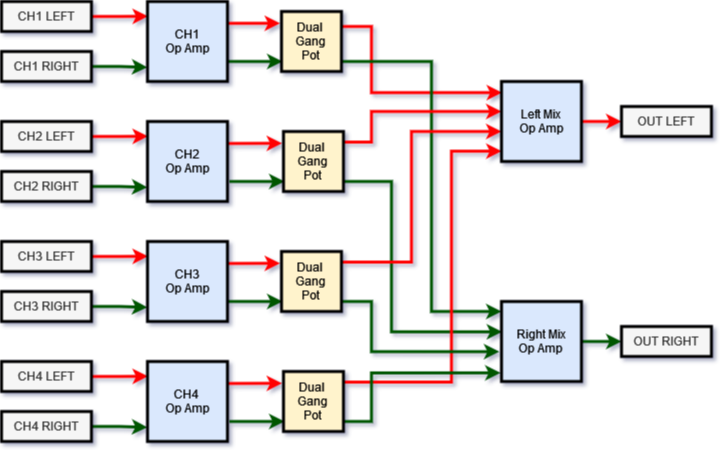
cracked-machine/Tiny4xPoweredStereoMixer keeps this draw.io diagram as doc/design/BlockDiagram.drawio.png. Above is the earlier version. Source tidied: cells renumbered, new cells last; positions are measured from the earlier drawing's top-left corner, leaving out a move shared by most shapes.
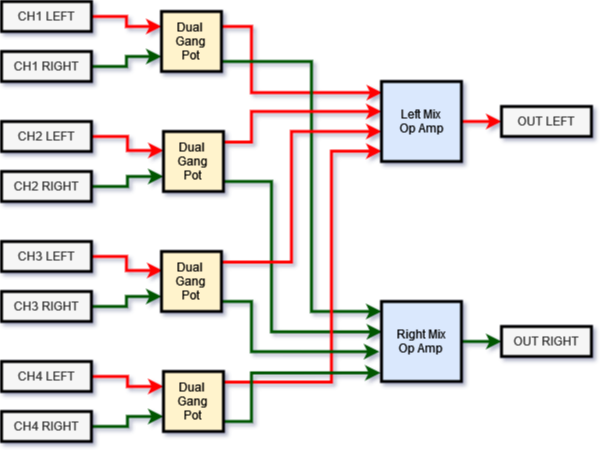
Later version of the same file.

The edit, as a diff of the source:
```diff
@@ -2,74 +2,59 @@
   <root>
     <mxCell id="0" />
     <mxCell id="1" parent="0" />
-    <mxCell id="2" style="rounded=0;jettySize=auto;html=1;entryX=-0.024;entryY=0.197;entryDx=0;entryDy=0;entryPerimeter=0;exitX=0.976;exitY=0.273;exitDx=0;exitDy=0;exitPerimeter=0;strokeColor=#FF0000;strokeWidth=3;" parent="1" edge="1" source="3" target="29">
-      <mxGeometry relative="1" as="geometry" />
-    </mxCell>
-    <mxCell id="3" value="&lt;div&gt;CH1&lt;/div&gt;&lt;div&gt;Op Amp&lt;/div&gt;" style="whiteSpace=wrap;html=1;fillColor=#dae8fc;strokeColor=#6c8ebf;" parent="1" vertex="1">
-      <mxGeometry x="146" width="80" height="80" as="geometry" />
-    </mxCell>
     <mxCell id="4" style="edgeStyle=orthogonalEdgeStyle;rounded=0;jettySize=auto;html=1;exitX=1;exitY=0.5;exitDx=0;exitDy=0;strokeColor=#005700;strokeWidth=3;" parent="1" edge="1" source="5" target="26">
       <mxGeometry relative="1" as="geometry" />
     </mxCell>
     <mxCell id="5" value="&lt;div&gt;Right Mix&lt;br&gt;&lt;/div&gt;&lt;div&gt;Op Amp&lt;/div&gt;" style="whiteSpace=wrap;html=1;fillColor=#dae8fc;strokeColor=#6c8ebf;" parent="1" vertex="1">
       <mxGeometry x="500" y="300" width="80" height="80" as="geometry" />
     </mxCell>
-    <mxCell id="6" style="edgeStyle=orthogonalEdgeStyle;rounded=0;jettySize=auto;html=1;entryX=-0.002;entryY=0.823;entryDx=0;entryDy=0;entryPerimeter=0;exitX=1;exitY=0.5;exitDx=0;exitDy=0;fillColor=#008a00;strokeColor=#005700;strokeWidth=3;" parent="1" edge="1" source="9" target="3">
+    <mxCell id="6" style="edgeStyle=orthogonalEdgeStyle;rounded=0;jettySize=auto;html=1;entryX=0;entryY=0.75;entryDx=0;entryDy=0;exitX=1;exitY=0.5;exitDx=0;exitDy=0;fillColor=#008a00;strokeColor=#005700;strokeWidth=3;" parent="1" edge="1" source="9" target="60">
       <mxGeometry relative="1" as="geometry" />
     </mxCell>
-    <mxCell id="7" style="edgeStyle=orthogonalEdgeStyle;rounded=0;jettySize=auto;html=1;entryX=0.006;entryY=0.185;entryDx=0;entryDy=0;entryPerimeter=0;exitX=1;exitY=0.5;exitDx=0;exitDy=0;strokeColor=#FF0000;strokeWidth=3;" parent="1" edge="1" source="8" target="3">
+    <mxCell id="7" style="edgeStyle=orthogonalEdgeStyle;rounded=0;jettySize=auto;html=1;entryX=0;entryY=0.25;entryDx=0;entryDy=0;exitX=1;exitY=0.5;exitDx=0;exitDy=0;strokeColor=#FF0000;strokeWidth=3;" parent="1" edge="1" source="8" target="60">
       <mxGeometry relative="1" as="geometry" />
     </mxCell>
     <mxCell id="8" value="CH1 LEFT" style="rounded=0;whiteSpace=wrap;html=1;fillColor=#f5f5f5;fontColor=#333333;strokeColor=#000000;" parent="1" vertex="1">
-      <mxGeometry width="90" height="30" as="geometry" />
+      <mxGeometry x="120" width="90" height="30" as="geometry" />
     </mxCell>
     <mxCell id="9" value="CH1 RIGHT" style="rounded=0;whiteSpace=wrap;html=1;fillColor=#f5f5f5;fontColor=#333333;strokeColor=#000000;" parent="1" vertex="1">
-      <mxGeometry y="50" width="90" height="30" as="geometry" />
+      <mxGeometry x="120" y="50" width="90" height="30" as="geometry" />
     </mxCell>
-    <mxCell id="10" value="&lt;div&gt;CH2&lt;/div&gt;&lt;div&gt;Op Amp&lt;/div&gt;" style="whiteSpace=wrap;html=1;fillColor=#dae8fc;strokeColor=#6c8ebf;" parent="1" vertex="1">
-      <mxGeometry x="146" y="120" width="80" height="80" as="geometry" />
-    </mxCell>
-    <mxCell id="11" style="edgeStyle=orthogonalEdgeStyle;rounded=0;jettySize=auto;html=1;entryX=-0.002;entryY=0.823;entryDx=0;entryDy=0;entryPerimeter=0;exitX=1;exitY=0.5;exitDx=0;exitDy=0;fillColor=#008a00;strokeColor=#005700;strokeWidth=3;" parent="1" edge="1" source="14" target="10">
+    <mxCell id="11" style="edgeStyle=orthogonalEdgeStyle;rounded=0;jettySize=auto;html=1;entryX=0;entryY=0.75;entryDx=0;entryDy=0;exitX=1;exitY=0.5;exitDx=0;exitDy=0;fillColor=#008a00;strokeColor=#005700;strokeWidth=3;" parent="1" edge="1" source="14" target="61">
       <mxGeometry relative="1" as="geometry" />
     </mxCell>
-    <mxCell id="12" style="edgeStyle=orthogonalEdgeStyle;rounded=0;jettySize=auto;html=1;entryX=0.006;entryY=0.185;entryDx=0;entryDy=0;entryPerimeter=0;exitX=1;exitY=0.5;exitDx=0;exitDy=0;strokeColor=#FF0000;strokeWidth=3;" parent="1" edge="1" source="13" target="10">
+    <mxCell id="12" style="edgeStyle=orthogonalEdgeStyle;rounded=0;jettySize=auto;html=1;exitX=1;exitY=0.5;exitDx=0;exitDy=0;strokeColor=#FF0000;strokeWidth=3;entryX=0.002;entryY=0.317;entryDx=0;entryDy=0;entryPerimeter=0;" parent="1" edge="1" source="13" target="61">
       <mxGeometry relative="1" as="geometry" />
     </mxCell>
     <mxCell id="13" value="CH2 LEFT" style="rounded=0;whiteSpace=wrap;html=1;fillColor=#f5f5f5;fontColor=#333333;strokeColor=#000000;" parent="1" vertex="1">
-      <mxGeometry y="120" width="90" height="30" as="geometry" />
+      <mxGeometry x="120" y="120" width="90" height="30" as="geometry" />
     </mxCell>
     <mxCell id="14" value="CH2 RIGHT" style="rounded=0;whiteSpace=wrap;html=1;fillColor=#f5f5f5;fontColor=#333333;strokeColor=#000000;" parent="1" vertex="1">
-      <mxGeometry y="170" width="90" height="30" as="geometry" />
+      <mxGeometry x="120" y="170" width="90" height="30" as="geometry" />
     </mxCell>
-    <mxCell id="15" value="&lt;div&gt;CH3&lt;/div&gt;&lt;div&gt;Op Amp&lt;/div&gt;" style="whiteSpace=wrap;html=1;fillColor=#dae8fc;strokeColor=#6c8ebf;" parent="1" vertex="1">
-      <mxGeometry x="146" y="240" width="80" height="80" as="geometry" />
-    </mxCell>
-    <mxCell id="16" style="edgeStyle=orthogonalEdgeStyle;rounded=0;jettySize=auto;html=1;entryX=-0.002;entryY=0.823;entryDx=0;entryDy=0;entryPerimeter=0;exitX=1;exitY=0.5;exitDx=0;exitDy=0;fillColor=#008a00;strokeColor=#005700;strokeWidth=3;" parent="1" edge="1" source="19" target="15">
+    <mxCell id="16" style="edgeStyle=orthogonalEdgeStyle;rounded=0;jettySize=auto;html=1;entryX=0;entryY=0.75;entryDx=0;entryDy=0;exitX=1;exitY=0.5;exitDx=0;exitDy=0;fillColor=#008a00;strokeColor=#005700;strokeWidth=3;" parent="1" edge="1" source="19" target="62">
       <mxGeometry relative="1" as="geometry" />
     </mxCell>
-    <mxCell id="17" style="edgeStyle=orthogonalEdgeStyle;rounded=0;jettySize=auto;html=1;entryX=0.006;entryY=0.185;entryDx=0;entryDy=0;entryPerimeter=0;exitX=1;exitY=0.5;exitDx=0;exitDy=0;strokeColor=#FF0000;strokeWidth=3;" parent="1" edge="1" source="18" target="15">
+    <mxCell id="17" style="edgeStyle=orthogonalEdgeStyle;rounded=0;jettySize=auto;html=1;entryX=0.017;entryY=0.317;entryDx=0;entryDy=0;entryPerimeter=0;exitX=1;exitY=0.5;exitDx=0;exitDy=0;strokeColor=#FF0000;strokeWidth=3;" parent="1" edge="1" source="18" target="62">
       <mxGeometry relative="1" as="geometry" />
     </mxCell>
     <mxCell id="18" value="CH3 LEFT" style="rounded=0;whiteSpace=wrap;html=1;fillColor=#f5f5f5;fontColor=#333333;strokeColor=#000000;" parent="1" vertex="1">
-      <mxGeometry y="240" width="90" height="30" as="geometry" />
+      <mxGeometry x="120" y="240" width="90" height="30" as="geometry" />
     </mxCell>
     <mxCell id="19" value="CH3 RIGHT" style="rounded=0;whiteSpace=wrap;html=1;fillColor=#f5f5f5;fontColor=#333333;strokeColor=#000000;" parent="1" vertex="1">
-      <mxGeometry y="290" width="90" height="30" as="geometry" />
+      <mxGeometry x="120" y="290" width="90" height="30" as="geometry" />
     </mxCell>
-    <mxCell id="20" value="&lt;div&gt;CH4&amp;nbsp;&lt;/div&gt;&lt;div&gt;Op Amp&lt;/div&gt;" style="whiteSpace=wrap;html=1;fillColor=#dae8fc;strokeColor=#6c8ebf;" parent="1" vertex="1">
-      <mxGeometry x="146" y="360" width="80" height="80" as="geometry" />
-    </mxCell>
-    <mxCell id="21" style="edgeStyle=orthogonalEdgeStyle;rounded=0;jettySize=auto;html=1;entryX=-0.002;entryY=0.823;entryDx=0;entryDy=0;entryPerimeter=0;exitX=1;exitY=0.5;exitDx=0;exitDy=0;fillColor=#008a00;strokeColor=#005700;strokeWidth=3;" parent="1" edge="1" source="24" target="20">
+    <mxCell id="21" style="edgeStyle=orthogonalEdgeStyle;rounded=0;jettySize=auto;html=1;entryX=0;entryY=0.75;entryDx=0;entryDy=0;exitX=1;exitY=0.5;exitDx=0;exitDy=0;fillColor=#008a00;strokeColor=#005700;strokeWidth=3;" parent="1" edge="1" source="24" target="63">
       <mxGeometry relative="1" as="geometry" />
     </mxCell>
-    <mxCell id="22" style="edgeStyle=orthogonalEdgeStyle;rounded=0;jettySize=auto;html=1;entryX=0.006;entryY=0.185;entryDx=0;entryDy=0;entryPerimeter=0;exitX=1;exitY=0.5;exitDx=0;exitDy=0;strokeColor=#FF0000;strokeWidth=3;" parent="1" edge="1" source="23" target="20">
+    <mxCell id="22" style="edgeStyle=orthogonalEdgeStyle;rounded=0;jettySize=auto;html=1;entryX=0;entryY=0.25;entryDx=0;entryDy=0;exitX=1;exitY=0.5;exitDx=0;exitDy=0;strokeColor=#FF0000;strokeWidth=3;" parent="1" edge="1" source="23" target="63">
       <mxGeometry relative="1" as="geometry" />
     </mxCell>
     <mxCell id="23" value="CH4 LEFT" style="rounded=0;whiteSpace=wrap;html=1;fillColor=#f5f5f5;fontColor=#333333;strokeColor=#000000;" parent="1" vertex="1">
-      <mxGeometry y="360" width="90" height="30" as="geometry" />
+      <mxGeometry x="120" y="360" width="90" height="30" as="geometry" />
     </mxCell>
     <mxCell id="24" value="CH4 RIGHT" style="rounded=0;whiteSpace=wrap;html=1;fillColor=#f5f5f5;fontColor=#333333;strokeColor=#000000;" parent="1" vertex="1">
-      <mxGeometry y="410" width="90" height="30" as="geometry" />
+      <mxGeometry x="120" y="410" width="90" height="30" as="geometry" />
     </mxCell>
     <mxCell id="25" value="OUT LEFT" style="rounded=0;whiteSpace=wrap;html=1;fillColor=#f5f5f5;fontColor=#333333;strokeColor=#666666;" parent="1" vertex="1">
       <mxGeometry x="620" y="105" width="90" height="30" as="geometry" />
@@ -96,23 +81,12 @@
     <mxCell id="29" value="&lt;div&gt;Dual&amp;nbsp;&lt;/div&gt;&lt;div&gt;Gang &lt;br&gt;&lt;/div&gt;&lt;div&gt;Pot&lt;br&gt;&lt;/div&gt;" style="whiteSpace=wrap;html=1;fillColor=#fff2cc;strokeColor=#d6b656;" parent="1" vertex="1">
       <mxGeometry x="280" y="10" width="60" height="60" as="geometry" />
     </mxCell>
-    <mxCell id="30" style="rounded=0;orthogonalLoop=1;jettySize=auto;html=1;entryX=-0.024;entryY=0.197;entryDx=0;entryDy=0;entryPerimeter=0;exitX=0.976;exitY=0.273;exitDx=0;exitDy=0;exitPerimeter=0;fillColor=#008a00;strokeColor=#005700;strokeWidth=3;" parent="1" edge="1">
-      <mxGeometry relative="1" as="geometry">
-        <mxPoint x="226" y="60" as="sourcePoint" />
-        <mxPoint x="281" y="60" as="targetPoint" />
-      </mxGeometry>
-    </mxCell>
     <mxCell id="31" style="edgeStyle=orthogonalEdgeStyle;rounded=0;jettySize=auto;html=1;entryX=0;entryY=0.5;entryDx=0;entryDy=0;strokeColor=#FF0000;strokeWidth=3;" parent="1" edge="1" source="32" target="25">
       <mxGeometry relative="1" as="geometry" />
     </mxCell>
     <mxCell id="32" value="&lt;div&gt;Left Mix&lt;br&gt;&lt;/div&gt;&lt;div&gt;Op Amp&lt;/div&gt;" style="whiteSpace=wrap;html=1;fillColor=#dae8fc;strokeColor=#6c8ebf;" parent="1" vertex="1">
       <mxGeometry x="500" y="80" width="80" height="80" as="geometry" />
     </mxCell>
-    <mxCell id="33" style="rounded=0;jettySize=auto;html=1;entryX=-0.024;entryY=0.197;entryDx=0;entryDy=0;entryPerimeter=0;exitX=0.976;exitY=0.273;exitDx=0;exitDy=0;exitPerimeter=0;strokeColor=#FF0000;strokeWidth=3;" parent="1" edge="1" target="36">
-      <mxGeometry relative="1" as="geometry">
-        <mxPoint x="226" y="142" as="sourcePoint" />
-      </mxGeometry>
-    </mxCell>
     <mxCell id="34" style="edgeStyle=orthogonalEdgeStyle;rounded=0;jettySize=auto;html=1;exitX=0.999;exitY=0.177;exitDx=0;exitDy=0;exitPerimeter=0;strokeColor=#FF0000;strokeWidth=3;" parent="1" edge="1" source="36">
       <mxGeometry relative="1" as="geometry">
         <mxPoint x="500" y="110" as="targetPoint" />
@@ -133,17 +107,6 @@
     <mxCell id="36" value="&lt;div&gt;Dual&amp;nbsp;&lt;/div&gt;&lt;div&gt;Gang &lt;br&gt;&lt;/div&gt;&lt;div&gt;Pot&lt;br&gt;&lt;/div&gt;" style="whiteSpace=wrap;html=1;fillColor=#fff2cc;strokeColor=#d6b656;" parent="1" vertex="1">
       <mxGeometry x="282" y="130" width="60" height="60" as="geometry" />
     </mxCell>
-    <mxCell id="37" style="rounded=0;orthogonalLoop=1;jettySize=auto;html=1;entryX=-0.024;entryY=0.197;entryDx=0;entryDy=0;entryPerimeter=0;exitX=0.976;exitY=0.273;exitDx=0;exitDy=0;exitPerimeter=0;fillColor=#008a00;strokeColor=#005700;strokeWidth=3;" parent="1" edge="1">
-      <mxGeometry relative="1" as="geometry">
-        <mxPoint x="228" y="180" as="sourcePoint" />
-        <mxPoint x="283" y="180" as="targetPoint" />
-      </mxGeometry>
-    </mxCell>
-    <mxCell id="38" style="rounded=0;jettySize=auto;html=1;entryX=-0.024;entryY=0.197;entryDx=0;entryDy=0;entryPerimeter=0;exitX=0.976;exitY=0.273;exitDx=0;exitDy=0;exitPerimeter=0;strokeColor=#FF0000;strokeWidth=3;" parent="1" edge="1" target="40">
-      <mxGeometry relative="1" as="geometry">
-        <mxPoint x="224" y="262" as="sourcePoint" />
-      </mxGeometry>
-    </mxCell>
     <mxCell id="39" style="edgeStyle=orthogonalEdgeStyle;rounded=0;jettySize=auto;html=1;exitX=1.009;exitY=0.177;exitDx=0;exitDy=0;exitPerimeter=0;strokeColor=#FF0000;strokeWidth=3;" parent="1" edge="1" source="40">
       <mxGeometry relative="1" as="geometry">
         <mxPoint x="500" y="130" as="targetPoint" />
@@ -156,26 +119,9 @@
     <mxCell id="40" value="&lt;div&gt;Dual&amp;nbsp;&lt;/div&gt;&lt;div&gt;Gang &lt;br&gt;&lt;/div&gt;&lt;div&gt;Pot&lt;br&gt;&lt;/div&gt;" style="whiteSpace=wrap;html=1;fillColor=#fff2cc;strokeColor=#d6b656;" parent="1" vertex="1">
       <mxGeometry x="280" y="250" width="60" height="60" as="geometry" />
     </mxCell>
-    <mxCell id="41" style="rounded=0;orthogonalLoop=1;jettySize=auto;html=1;entryX=-0.024;entryY=0.197;entryDx=0;entryDy=0;entryPerimeter=0;exitX=0.976;exitY=0.273;exitDx=0;exitDy=0;exitPerimeter=0;fillColor=#008a00;strokeColor=#005700;strokeWidth=3;" parent="1" edge="1">
-      <mxGeometry relative="1" as="geometry">
-        <mxPoint x="226" y="300" as="sourcePoint" />
-        <mxPoint x="281" y="300" as="targetPoint" />
-      </mxGeometry>
-    </mxCell>
-    <mxCell id="42" style="rounded=0;jettySize=auto;html=1;entryX=-0.024;entryY=0.197;entryDx=0;entryDy=0;entryPerimeter=0;exitX=0.976;exitY=0.273;exitDx=0;exitDy=0;exitPerimeter=0;strokeColor=#FF0000;strokeWidth=3;" parent="1" edge="1" target="43">
-      <mxGeometry relative="1" as="geometry">
-        <mxPoint x="226" y="382" as="sourcePoint" />
-      </mxGeometry>
-    </mxCell>
     <mxCell id="43" value="&lt;div&gt;Dual&amp;nbsp;&lt;/div&gt;&lt;div&gt;Gang &lt;br&gt;&lt;/div&gt;&lt;div&gt;Pot&lt;br&gt;&lt;/div&gt;" style="whiteSpace=wrap;html=1;fillColor=#fff2cc;strokeColor=#d6b656;" parent="1" vertex="1">
       <mxGeometry x="282" y="370" width="60" height="60" as="geometry" />
     </mxCell>
-    <mxCell id="44" style="rounded=0;orthogonalLoop=1;jettySize=auto;html=1;entryX=-0.024;entryY=0.197;entryDx=0;entryDy=0;entryPerimeter=0;exitX=0.976;exitY=0.273;exitDx=0;exitDy=0;exitPerimeter=0;fillColor=#008a00;strokeColor=#005700;strokeWidth=3;" parent="1" edge="1">
-      <mxGeometry relative="1" as="geometry">
-        <mxPoint x="228" y="420" as="sourcePoint" />
-        <mxPoint x="283" y="420" as="targetPoint" />
-      </mxGeometry>
-    </mxCell>
     <mxCell id="45" style="edgeStyle=orthogonalEdgeStyle;rounded=0;jettySize=auto;html=1;entryX=0.001;entryY=0.871;entryDx=0;entryDy=0;exitX=1.007;exitY=0.177;exitDx=0;exitDy=0;exitPerimeter=0;strokeColor=#FF0000;strokeWidth=3;entryPerimeter=0;" parent="1" edge="1" source="43" target="32">
       <mxGeometry relative="1" as="geometry">
         <Array as="points">
@@ -201,41 +147,29 @@
       </mxGeometry>
     </mxCell>
     <mxCell id="48" value="CH1 LEFT" style="rounded=0;whiteSpace=wrap;html=1;fillColor=#f5f5f5;fontColor=#333333;strokeColor=#000000;strokeWidth=3;" parent="1" vertex="1">
-      <mxGeometry width="90" height="30" as="geometry" />
+      <mxGeometry x="120" width="90" height="30" as="geometry" />
     </mxCell>
     <mxCell id="49" value="CH1 RIGHT" style="rounded=0;whiteSpace=wrap;html=1;fillColor=#f5f5f5;fontColor=#333333;strokeColor=#000000;strokeWidth=3;" parent="1" vertex="1">
-      <mxGeometry y="50" width="90" height="30" as="geometry" />
+      <mxGeometry x="120" y="50" width="90" height="30" as="geometry" />
     </mxCell>
     <mxCell id="50" value="CH2 LEFT" style="rounded=0;whiteSpace=wrap;html=1;fillColor=#f5f5f5;fontColor=#333333;strokeColor=#000000;strokeWidth=3;" parent="1" vertex="1">
-      <mxGeometry y="120" width="90" height="30" as="geometry" />
+      <mxGeometry x="120" y="120" width="90" height="30" as="geometry" />
     </mxCell>
     <mxCell id="51" value="CH2 RIGHT" style="rounded=0;whiteSpace=wrap;html=1;fillColor=#f5f5f5;fontColor=#333333;strokeColor=#000000;strokeWidth=3;" parent="1" vertex="1">
-      <mxGeometry y="170" width="90" height="30" as="geometry" />
+      <mxGeometry x="120" y="170" width="90" height="30" as="geometry" />
     </mxCell>
     <mxCell id="52" value="CH3 LEFT" style="rounded=0;whiteSpace=wrap;html=1;fillColor=#f5f5f5;fontColor=#333333;strokeColor=#000000;strokeWidth=3;" parent="1" vertex="1">
-      <mxGeometry y="240" width="90" height="30" as="geometry" />
+      <mxGeometry x="120" y="240" width="90" height="30" as="geometry" />
     </mxCell>
     <mxCell id="53" value="CH3 RIGHT" style="rounded=0;whiteSpace=wrap;html=1;fillColor=#f5f5f5;fontColor=#333333;strokeColor=#000000;strokeWidth=3;" parent="1" vertex="1">
-      <mxGeometry y="290" width="90" height="30" as="geometry" />
+      <mxGeometry x="120" y="290" width="90" height="30" as="geometry" />
     </mxCell>
     <mxCell id="54" value="CH4 LEFT" style="rounded=0;whiteSpace=wrap;html=1;fillColor=#f5f5f5;fontColor=#333333;strokeColor=#000000;strokeWidth=3;" parent="1" vertex="1">
-      <mxGeometry y="360" width="90" height="30" as="geometry" />
+      <mxGeometry x="120" y="360" width="90" height="30" as="geometry" />
     </mxCell>
     <mxCell id="55" value="CH4 RIGHT" style="rounded=0;whiteSpace=wrap;html=1;fillColor=#f5f5f5;fontColor=#333333;strokeColor=#000000;strokeWidth=3;" parent="1" vertex="1">
-      <mxGeometry y="410" width="90" height="30" as="geometry" />
+      <mxGeometry x="120" y="410" width="90" height="30" as="geometry" />
     </mxCell>
-    <mxCell id="56" value="&lt;div&gt;CH4&amp;nbsp;&lt;/div&gt;&lt;div&gt;Op Amp&lt;/div&gt;" style="whiteSpace=wrap;html=1;fillColor=#dae8fc;strokeColor=#000000;strokeWidth=3;" parent="1" vertex="1">
-      <mxGeometry x="146" y="360" width="80" height="80" as="geometry" />
-    </mxCell>
-    <mxCell id="57" value="&lt;div&gt;CH3&lt;/div&gt;&lt;div&gt;Op Amp&lt;/div&gt;" style="whiteSpace=wrap;html=1;fillColor=#dae8fc;strokeColor=#000000;strokeWidth=3;" parent="1" vertex="1">
-      <mxGeometry x="146" y="240" width="80" height="80" as="geometry" />
-    </mxCell>
-    <mxCell id="58" value="&lt;div&gt;CH2&lt;/div&gt;&lt;div&gt;Op Amp&lt;/div&gt;" style="whiteSpace=wrap;html=1;fillColor=#dae8fc;strokeColor=#000000;strokeWidth=3;" parent="1" vertex="1">
-      <mxGeometry x="146" y="120" width="80" height="80" as="geometry" />
-    </mxCell>
-    <mxCell id="59" value="&lt;div&gt;CH1&lt;/div&gt;&lt;div&gt;Op Amp&lt;/div&gt;" style="whiteSpace=wrap;html=1;fillColor=#dae8fc;strokeColor=#000000;strokeWidth=3;" parent="1" vertex="1">
-      <mxGeometry x="146" width="80" height="80" as="geometry" />
-    </mxCell>
     <mxCell id="60" value="&lt;div&gt;Dual&amp;nbsp;&lt;/div&gt;&lt;div&gt;Gang &lt;br&gt;&lt;/div&gt;&lt;div&gt;Pot&lt;br&gt;&lt;/div&gt;" style="whiteSpace=wrap;html=1;fillColor=#fff2cc;strokeColor=#000000;strokeWidth=3;" parent="1" vertex="1">
       <mxGeometry x="280" y="10" width="60" height="60" as="geometry" />
     </mxCell>
```
